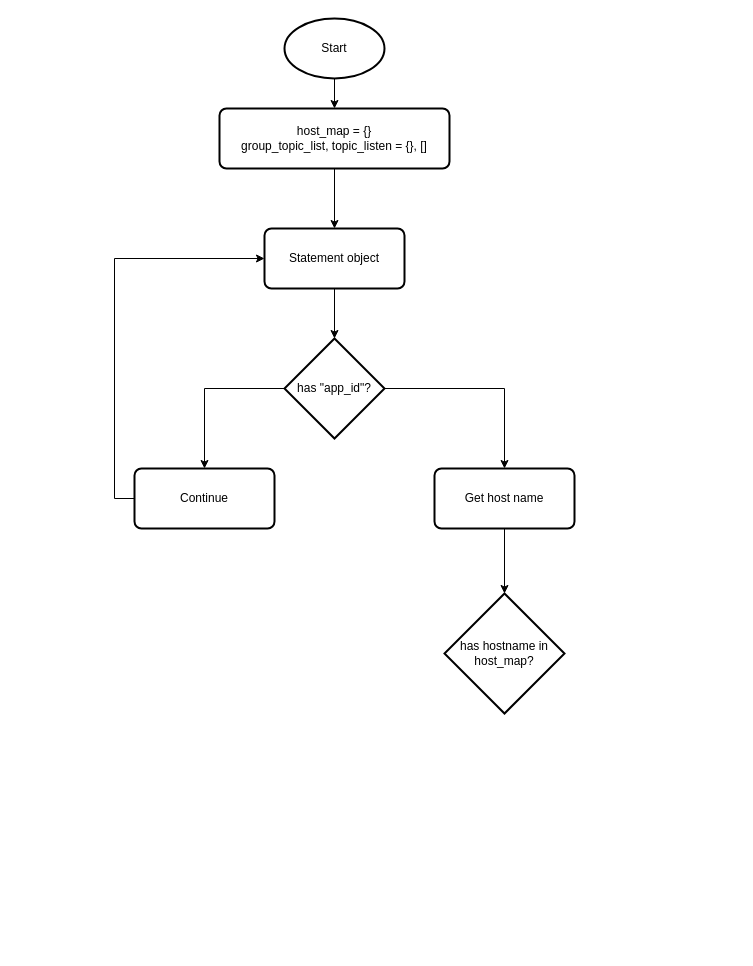
This is flowchart.drawio from force445/Draw.io, a draw.io file, before an edit. Source tidied: cells renumbered, new cells numbered last; positions are measured from the earlier drawing's top-left corner, leaving out a move shared by most shapes. Both pictures are drawn from the tidied source at 100%, with x=0, y=0 at pixel (134, 18).
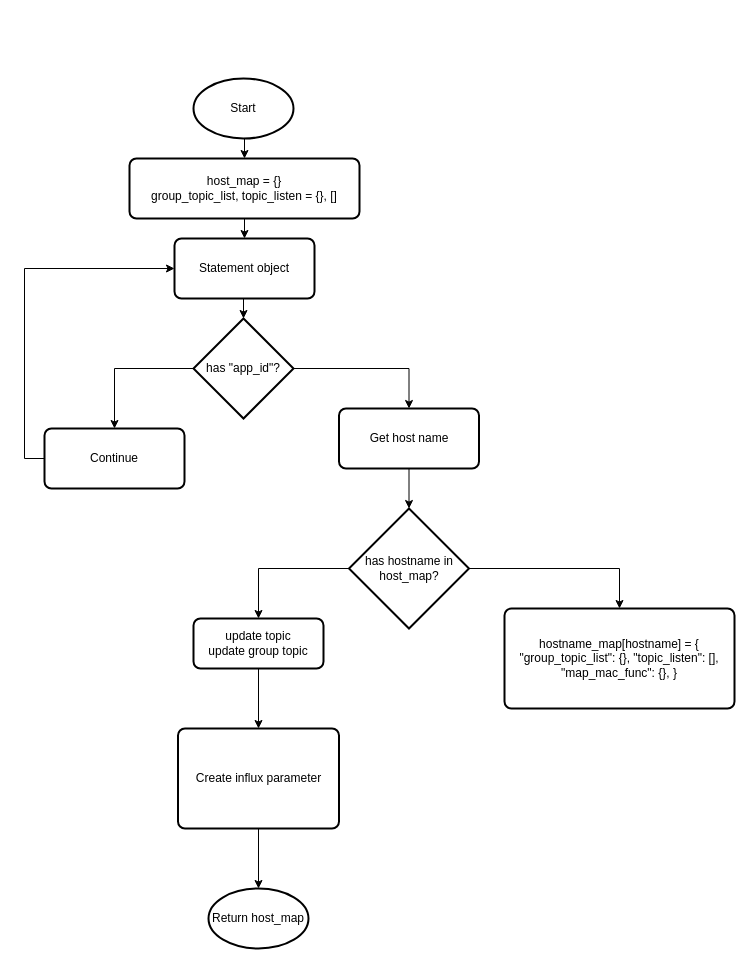
Above is the later version.

What changed in the source:
```diff
@@
     <mxCell id="3" value="Start" style="strokeWidth=2;html=1;shape=mxgraph.flowchart.start_1;whiteSpace=wrap;" parent="1" vertex="1">
-      <mxGeometry x="150" width="100" height="60" as="geometry" />
+      <mxGeometry x="59" y="60" width="100" height="60" as="geometry" />
     </mxCell>
@@
     <mxCell id="6" value="has &quot;app_id&quot;?" style="strokeWidth=2;html=1;shape=mxgraph.flowchart.decision;whiteSpace=wrap;" parent="1" vertex="1">
-      <mxGeometry x="150" y="320" width="100" height="100" as="geometry" />
+      <mxGeometry x="59" y="300" width="100" height="100" as="geometry" />
     </mxCell>
     <mxCell id="7" value="Statement object" style="rounded=1;whiteSpace=wrap;html=1;absoluteArcSize=1;arcSize=14;strokeWidth=2;" parent="1" vertex="1">
-      <mxGeometry x="130" y="210" width="140" height="60" as="geometry" />
+      <mxGeometry x="40" y="220" width="140" height="60" as="geometry" />
     </mxCell>
@@
     <mxCell id="10" value="Continue" style="rounded=1;whiteSpace=wrap;html=1;absoluteArcSize=1;arcSize=14;strokeWidth=2;" parent="1" vertex="1">
-      <mxGeometry y="450" width="140" height="60" as="geometry" />
+      <mxGeometry x="-90" y="410" width="140" height="60" as="geometry" />
     </mxCell>
     <mxCell id="11" value="Get host name" style="rounded=1;whiteSpace=wrap;html=1;absoluteArcSize=1;arcSize=14;strokeWidth=2;" parent="1" vertex="1">
-      <mxGeometry x="300" y="450" width="140" height="60" as="geometry" />
+      <mxGeometry x="204.5" y="390" width="140" height="60" as="geometry" />
     </mxCell>
+    <mxCell id="16" style="edgeStyle=orthogonalEdgeStyle;rounded=0;jettySize=auto;html=1;exitX=1;exitY=0.5;exitDx=0;exitDy=0;exitPerimeter=0;entryX=0.5;entryY=0;entryDx=0;entryDy=0;" parent="1" edge="1" source="12" target="18">
+      <mxGeometry relative="1" as="geometry" />
+    </mxCell>
+    <mxCell id="17" style="edgeStyle=orthogonalEdgeStyle;rounded=0;jettySize=auto;html=1;exitX=0;exitY=0.5;exitDx=0;exitDy=0;exitPerimeter=0;entryX=0.5;entryY=0;entryDx=0;entryDy=0;" parent="1" edge="1" source="12" target="20">
+      <mxGeometry relative="1" as="geometry" />
+    </mxCell>
     <mxCell id="12" value="has hostname in&lt;br&gt;host_map?" style="strokeWidth=2;html=1;shape=mxgraph.flowchart.decision;whiteSpace=wrap;" parent="1" vertex="1">
-      <mxGeometry x="310" y="575" width="120" height="120" as="geometry" />
+      <mxGeometry x="214.5" y="490" width="120" height="120" as="geometry" />
     </mxCell>
@@
     <mxCell id="15" value="host_map = {}&lt;br&gt;group_topic_list, topic_listen = {}, []" style="rounded=1;whiteSpace=wrap;html=1;absoluteArcSize=1;arcSize=14;strokeWidth=2;" parent="1" vertex="1">
-      <mxGeometry x="85" y="90" width="230" height="60" as="geometry" />
+      <mxGeometry x="-5" y="140" width="230" height="60" as="geometry" />
     </mxCell>
+    <mxCell id="18" value="hostname_map[hostname] = { &quot;group_topic_list&quot;: {}, &quot;topic_listen&quot;: [], &quot;map_mac_func&quot;: {}, }" style="rounded=1;whiteSpace=wrap;html=1;absoluteArcSize=1;arcSize=14;strokeWidth=2;" parent="1" vertex="1">
+      <mxGeometry x="370" y="590" width="230" height="100" as="geometry" />
+    </mxCell>
+    <mxCell id="19" style="edgeStyle=orthogonalEdgeStyle;rounded=0;jettySize=auto;html=1;exitX=0.5;exitY=1;exitDx=0;exitDy=0;entryX=0.5;entryY=0;entryDx=0;entryDy=0;" parent="1" edge="1" source="20" target="21">
+      <mxGeometry relative="1" as="geometry" />
+    </mxCell>
+    <mxCell id="20" value="update topic&lt;br&gt;update group topic" style="rounded=1;whiteSpace=wrap;html=1;absoluteArcSize=1;arcSize=14;strokeWidth=2;" parent="1" vertex="1">
+      <mxGeometry x="59" y="600" width="130" height="50" as="geometry" />
+    </mxCell>
+    <mxCell id="21" value="Create influx parameter" style="rounded=1;whiteSpace=wrap;html=1;absoluteArcSize=1;arcSize=14;strokeWidth=2;" parent="1" vertex="1">
+      <mxGeometry x="43.5" y="710" width="161" height="100" as="geometry" />
+    </mxCell>
+    <mxCell id="22" value="Return host_map" style="strokeWidth=2;html=1;shape=mxgraph.flowchart.start_1;whiteSpace=wrap;" parent="1" vertex="1">
+      <mxGeometry x="74" y="870" width="100" height="60" as="geometry" />
+    </mxCell>
+    <mxCell id="23" style="edgeStyle=orthogonalEdgeStyle;rounded=0;jettySize=auto;html=1;exitX=0.5;exitY=1;exitDx=0;exitDy=0;entryX=0.5;entryY=0;entryDx=0;entryDy=0;entryPerimeter=0;" parent="1" edge="1" source="21" target="22">
+      <mxGeometry relative="1" as="geometry" />
+    </mxCell>
```
